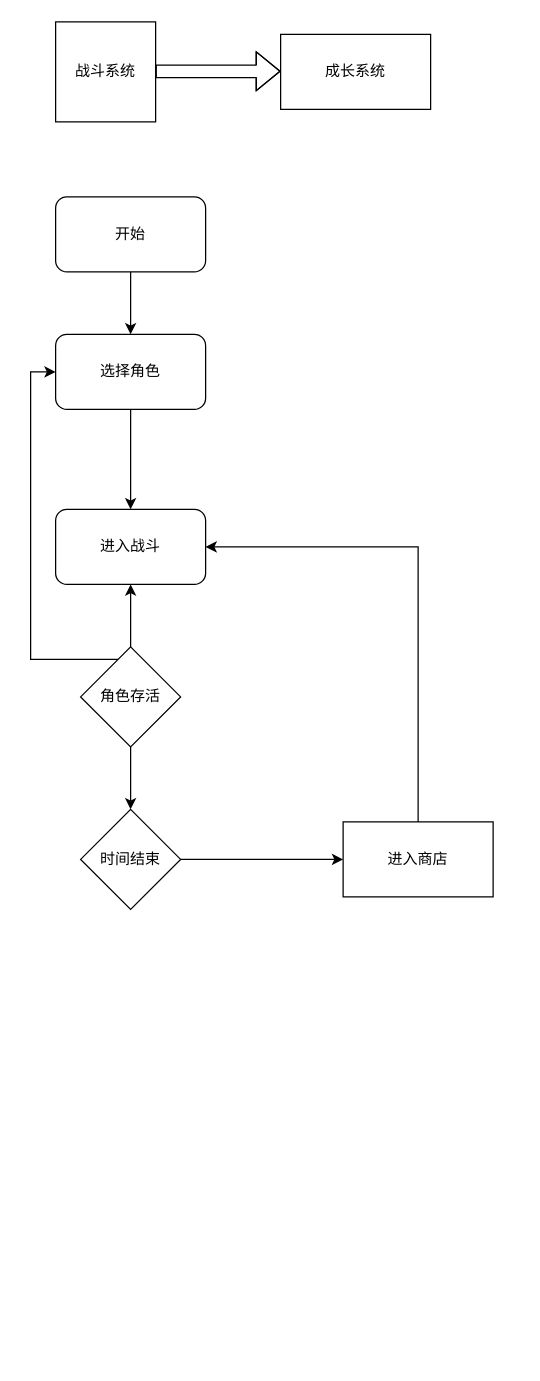
zuiyu1998/project_book keeps this draw.io diagram as games/draws/geometry.drawio. Above is the earlier version. Source tidied: cells renumbered, new cells numbered last; positions are measured from the earlier drawing's top-left corner, leaving out a move shared by most shapes. Both pictures are drawn from the tidied source at 125%, with x=0, y=0 at pixel (30, 21).
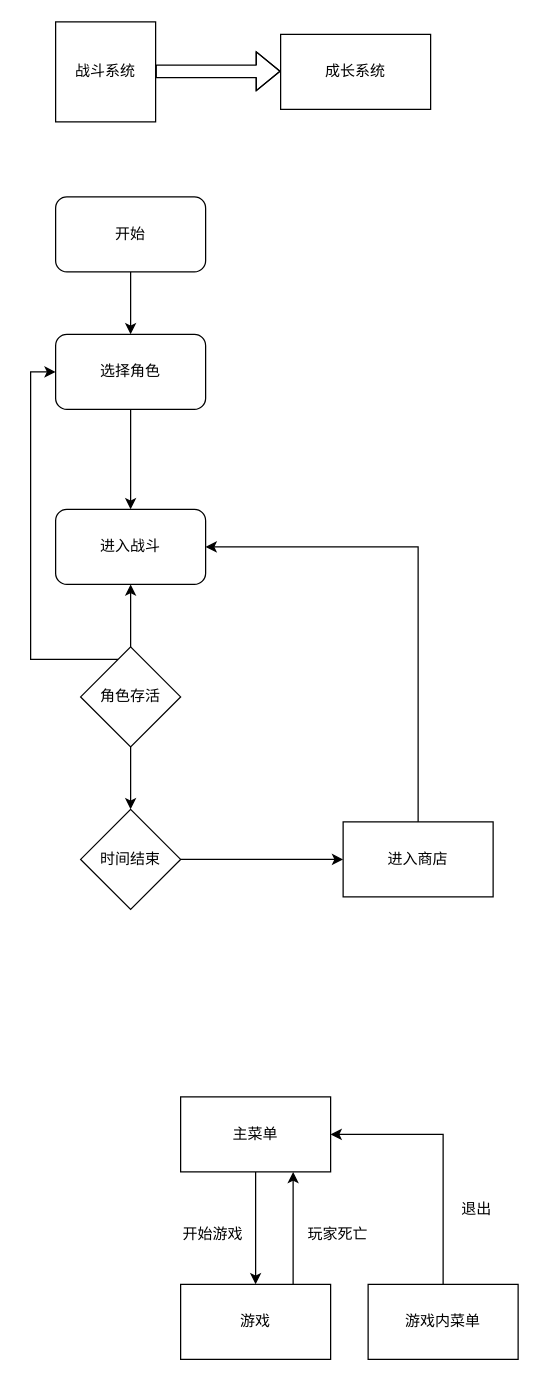
The same diagram, later.

Commit message (it also covers changes not shown here):
feat: 战斗流程伤害计算

Diff of the diagram source:
```diff
@@
+    <mxCell id="18" style="edgeStyle=orthogonalEdgeStyle;rounded=0;jettySize=auto;html=1;entryX=0.5;entryY=0;entryDx=0;entryDy=0;" parent="1" edge="1" source="19" target="21">
+      <mxGeometry relative="1" as="geometry" />
+    </mxCell>
+    <mxCell id="19" value="主菜单" style="rounded=0;whiteSpace=wrap;html=1;" parent="1" vertex="1">
+      <mxGeometry x="120" y="860" width="120" height="60" as="geometry" />
+    </mxCell>
+    <mxCell id="20" style="edgeStyle=orthogonalEdgeStyle;rounded=0;jettySize=auto;html=1;exitX=0.75;exitY=0;exitDx=0;exitDy=0;entryX=0.75;entryY=1;entryDx=0;entryDy=0;" parent="1" edge="1" source="21" target="19">
+      <mxGeometry relative="1" as="geometry" />
+    </mxCell>
+    <mxCell id="21" value="游戏" style="rounded=0;whiteSpace=wrap;html=1;" parent="1" vertex="1">
+      <mxGeometry x="120" y="1010" width="120" height="60" as="geometry" />
+    </mxCell>
+    <mxCell id="22" value="开始游戏" style="text;html=1;align=left;verticalAlign=top;spacingTop=-4;" parent="1" vertex="1">
+      <mxGeometry x="120" y="960" width="60" height="20" as="geometry" />
+    </mxCell>
+    <mxCell id="23" value="玩家死亡" style="text;html=1;align=left;verticalAlign=top;spacingTop=-4;" parent="1" vertex="1">
+      <mxGeometry x="220" y="960" width="60" height="20" as="geometry" />
+    </mxCell>
+    <mxCell id="24" style="edgeStyle=orthogonalEdgeStyle;rounded=0;jettySize=auto;html=1;entryX=1;entryY=0.5;entryDx=0;entryDy=0;" parent="1" edge="1" source="25" target="19">
+      <mxGeometry relative="1" as="geometry">
+        <Array as="points">
+          <mxPoint x="330" y="890" />
+        </Array>
+      </mxGeometry>
+    </mxCell>
+    <mxCell id="25" value="游戏内菜单" style="rounded=0;whiteSpace=wrap;html=1;" parent="1" vertex="1">
+      <mxGeometry x="270" y="1010" width="120" height="60" as="geometry" />
+    </mxCell>
+    <mxCell id="26" value="退出" style="text;html=1;align=left;verticalAlign=top;spacingTop=-4;" parent="1" vertex="1">
+      <mxGeometry x="343" y="940" width="40" height="20" as="geometry" />
+    </mxCell>
```
